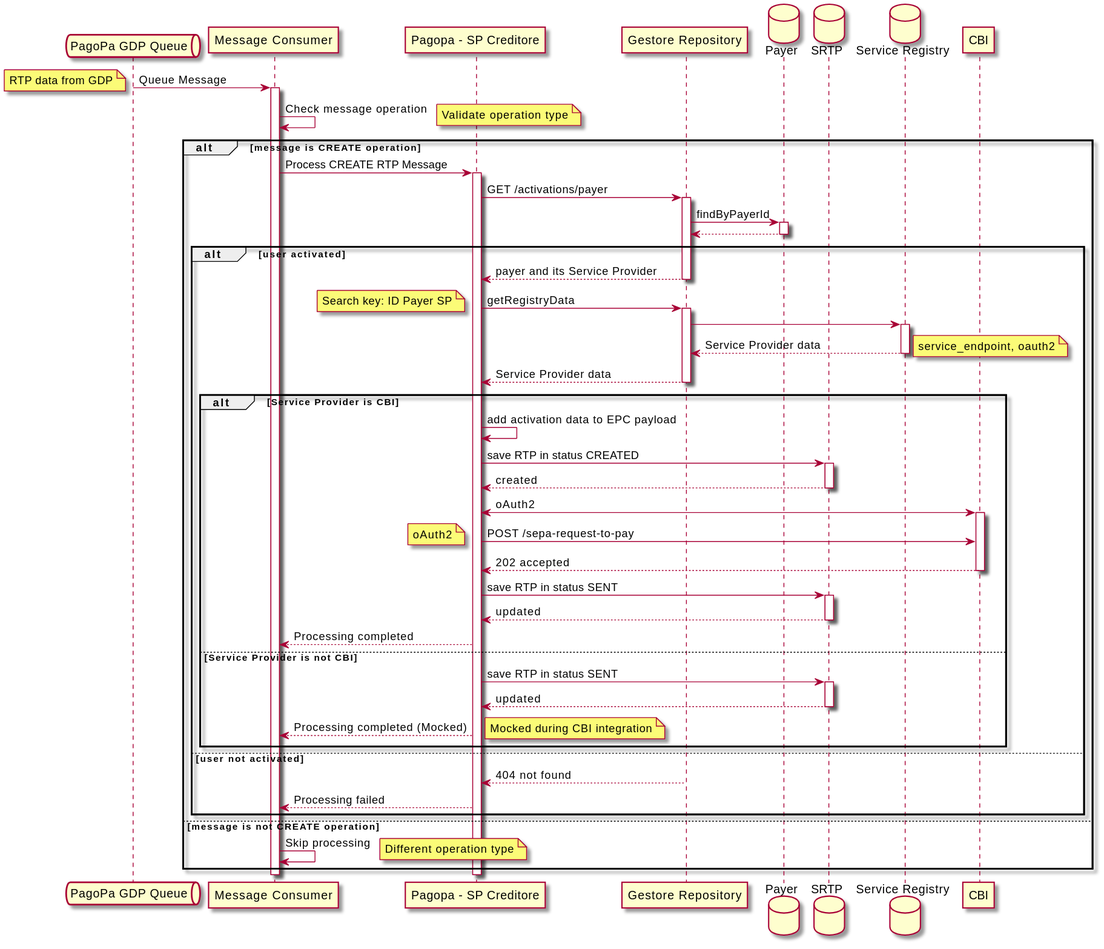
pagopa/rtp-docs keeps this PlantUML diagram as diagrams/create-queue-schema.svg. Above is the earlier version.
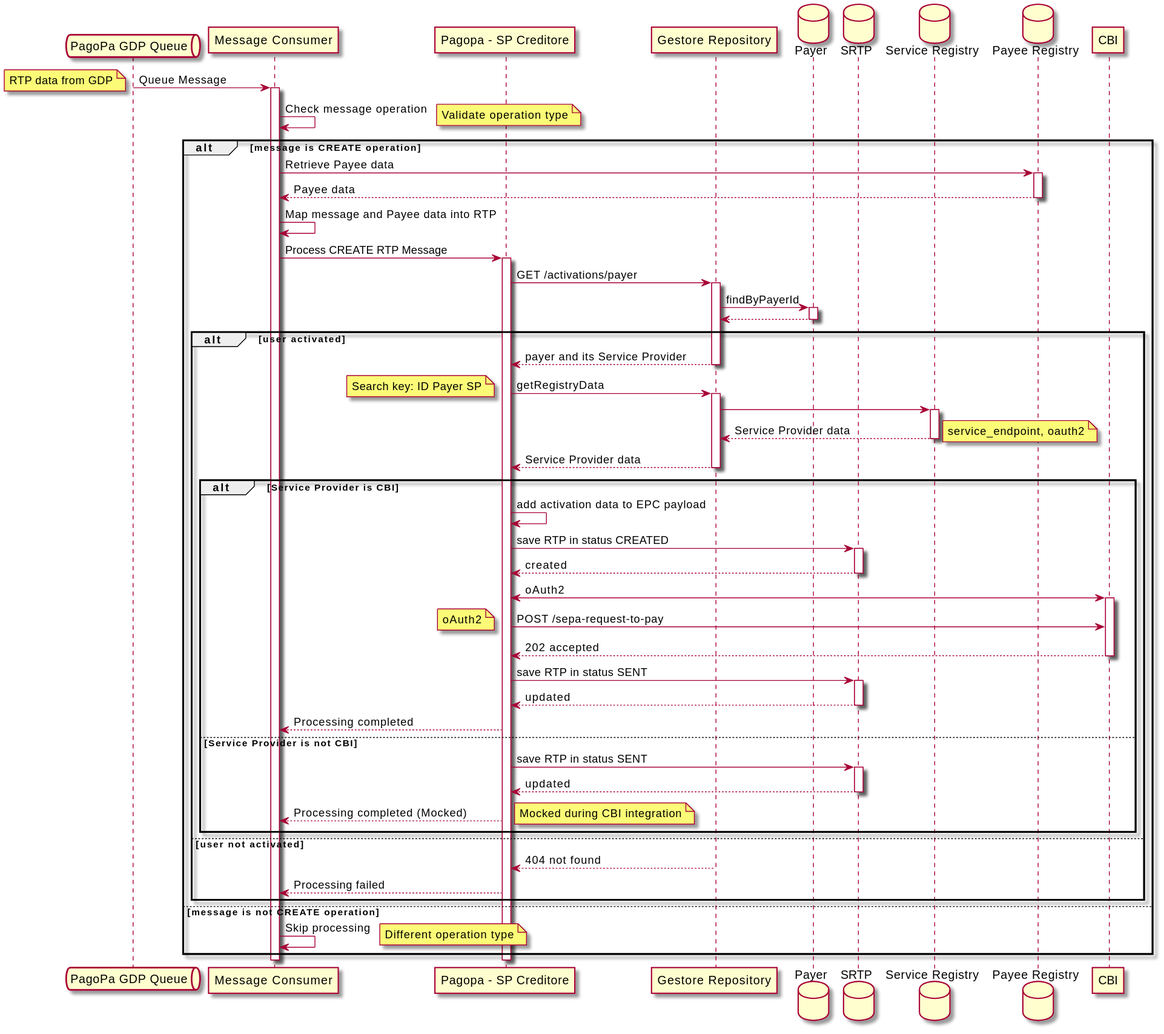
After the change.

Commit message:
feat: [SRTP-915] add payee name retrieval in CREATE flow (#30)

What changed in the source:
```diff
@@ -7,6 +7,7 @@
 database "Payer" as Payer
 database "SRTP" as SRTP
 database "Service Registry" as SR
+database "Payee Registry" as PR
 participant "CBI" as SPD
 
 Queue -> Consumer: Queue Message
@@ -15,6 +16,11 @@
 Consumer -> Consumer: Check message operation
 note right: Validate operation type
 alt message is CREATE operation
+Consumer -> PR: Retrieve Payee data
+activate PR
+PR --> Consumer: Payee data
+deactivate PR
+Consumer -> Consumer: Map message and Payee data into RTP
 Consumer -> SPC: Process CREATE RTP Message
 activate SPC
 SPC -> GR: GET /activations/payer
```
